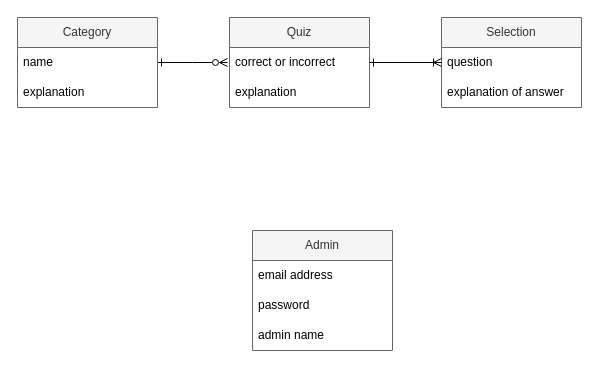
The draw.io diagram er.drawio in Izushi/quiz-app, before the edit. Source tidied: cells renumbered, new cells numbered last; positions are measured from the earlier drawing's top-left corner, leaving out a move shared by most shapes. Both pictures are drawn from the tidied source at 100%, with x=0, y=0 at pixel (17, 17).
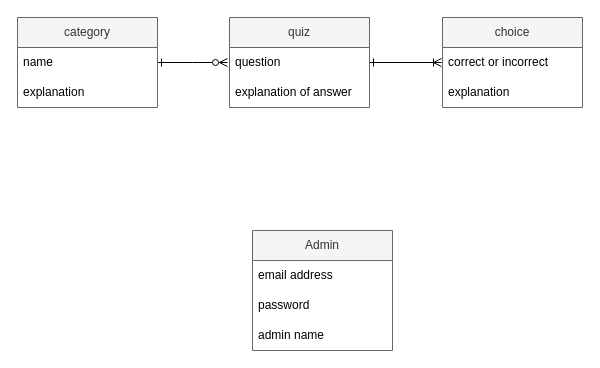
After the change.

Diff of the diagram source:
```diff
@@
 <mxGraphModel background="#ffffff">
   <root>
     <mxCell id="0" />
     <mxCell id="1" parent="0" />
-    <mxCell id="2" value="Quiz" style="swimlane;fontStyle=0;horizontal=1;startSize=30;whiteSpace=wrap;html=1;fillColor=#f5f5f5;fontColor=#333333;strokeColor=#666666;" parent="1" vertex="1">
-      <mxGeometry x="212" width="140" height="90" as="geometry" />
-    </mxCell>
-    <mxCell id="3" value="correct or incorrect" style="text;strokeColor=none;fillColor=none;align=left;verticalAlign=middle;spacingLeft=4;spacingRight=4;overflow=hidden;points=[[0,0.5],[1,0.5]];portConstraint=eastwest;whiteSpace=wrap;html=1;fontColor=#000000;" parent="2" vertex="1">
-      <mxGeometry y="30" width="140" height="30" as="geometry" />
-    </mxCell>
-    <mxCell id="4" value="explanation" style="text;strokeColor=none;fillColor=none;align=left;verticalAlign=middle;spacingLeft=4;spacingRight=4;overflow=hidden;whiteSpace=wrap;html=1;fontColor=#000000;" parent="2" vertex="1">
-      <mxGeometry y="60" width="140" height="30" as="geometry" />
-    </mxCell>
     <mxCell id="5" value="Admin" style="swimlane;fontStyle=0;horizontal=1;startSize=30;whiteSpace=wrap;html=1;fillColor=#f5f5f5;fontColor=#333333;strokeColor=#666666;" parent="1" vertex="1">
       <mxGeometry x="235" y="213" width="140" height="120" as="geometry" />
     </mxCell>
     <mxCell id="6" value="email address" style="text;strokeColor=none;fillColor=none;align=left;verticalAlign=middle;spacingLeft=4;spacingRight=4;overflow=hidden;whiteSpace=wrap;html=1;fontColor=#000000;" parent="5" vertex="1">
       <mxGeometry y="30" width="140" height="30" as="geometry" />
     </mxCell>
     <mxCell id="7" value="&lt;font color=&quot;#000000&quot;&gt;password&lt;/font&gt;" style="text;strokeColor=none;fillColor=none;align=left;verticalAlign=middle;spacingLeft=4;spacingRight=4;overflow=hidden;whiteSpace=wrap;html=1;" parent="5" vertex="1">
       <mxGeometry y="60" width="140" height="30" as="geometry" />
     </mxCell>
     <mxCell id="8" value="admin name" style="text;strokeColor=none;fillColor=none;align=left;verticalAlign=middle;spacingLeft=4;spacingRight=4;overflow=hidden;whiteSpace=wrap;html=1;fontColor=#000000;" parent="5" vertex="1">
       <mxGeometry y="90" width="140" height="30" as="geometry" />
     </mxCell>
     <mxCell id="9" style="edgeStyle=orthogonalEdgeStyle;rounded=0;html=1;strokeColor=#000000;fontColor=#000000;startArrow=ERone;startFill=0;endArrow=ERzeroToMany;endFill=0;elbow=vertical;" parent="1" edge="1" source="10">
       <mxGeometry relative="1" as="geometry">
         <mxPoint x="210" y="45" as="targetPoint" />
       </mxGeometry>
     </mxCell>
-    <mxCell id="10" value="Category" style="swimlane;fontStyle=0;horizontal=1;startSize=30;whiteSpace=wrap;html=1;fillColor=#f5f5f5;fontColor=#333333;strokeColor=#666666;" parent="1" vertex="1">
+    <mxCell id="10" value="category" style="swimlane;fontStyle=0;horizontal=1;startSize=30;whiteSpace=wrap;html=1;fillColor=#f5f5f5;fontColor=#333333;strokeColor=#666666;" parent="1" vertex="1">
       <mxGeometry width="140" height="90" as="geometry" />
     </mxCell>
     <mxCell id="11" value="name" style="text;strokeColor=none;fillColor=none;align=left;verticalAlign=middle;spacingLeft=4;spacingRight=4;overflow=hidden;whiteSpace=wrap;html=1;fontColor=#000000;" parent="10" vertex="1">
       <mxGeometry y="30" width="140" height="30" as="geometry" />
     </mxCell>
     <mxCell id="12" value="&lt;font color=&quot;#000000&quot;&gt;explanation&lt;/font&gt;" style="text;strokeColor=none;fillColor=none;align=left;verticalAlign=middle;spacingLeft=4;spacingRight=4;overflow=hidden;whiteSpace=wrap;html=1;" parent="10" vertex="1">
       <mxGeometry y="60" width="140" height="30" as="geometry" />
     </mxCell>
-    <mxCell id="13" value="Selection" style="swimlane;fontStyle=0;horizontal=1;startSize=30;whiteSpace=wrap;html=1;fillColor=#f5f5f5;fontColor=#333333;strokeColor=#666666;" parent="1" vertex="1">
-      <mxGeometry x="424" width="140" height="90" as="geometry" />
-    </mxCell>
+    <mxCell id="16" style="edgeStyle=orthogonalEdgeStyle;rounded=0;html=1;entryX=0;entryY=0.5;entryDx=0;entryDy=0;strokeColor=#000000;fontColor=#000000;elbow=vertical;endArrow=ERoneToMany;endFill=0;startArrow=ERone;startFill=0;exitX=1;exitY=0.5;exitDx=0;exitDy=0;" parent="1" edge="1">
+      <mxGeometry relative="1" as="geometry">
+        <mxPoint x="352" y="45" as="sourcePoint" />
+        <mxPoint x="424" y="45" as="targetPoint" />
+      </mxGeometry>
+    </mxCell>
+    <mxCell id="17" value="quiz" style="swimlane;fontStyle=0;horizontal=1;startSize=30;whiteSpace=wrap;html=1;fillColor=#f5f5f5;fontColor=#333333;strokeColor=#666666;" parent="1" vertex="1">
+      <mxGeometry x="212" width="140" height="90" as="geometry" />
+    </mxCell>
-    <mxCell id="14" value="question" style="text;strokeColor=none;fillColor=none;align=left;verticalAlign=middle;spacingLeft=4;spacingRight=4;overflow=hidden;points=[[0,0.5],[1,0.5]];portConstraint=eastwest;whiteSpace=wrap;html=1;fontColor=#000000;" parent="13" vertex="1">
+    <mxCell id="14" value="question" style="text;strokeColor=none;fillColor=none;align=left;verticalAlign=middle;spacingLeft=4;spacingRight=4;overflow=hidden;points=[[0,0.5],[1,0.5]];portConstraint=eastwest;whiteSpace=wrap;html=1;fontColor=#000000;" parent="17" vertex="1">
       <mxGeometry y="30" width="140" height="30" as="geometry" />
     </mxCell>
-    <mxCell id="15" value="explanation of answer" style="text;strokeColor=none;fillColor=none;align=left;verticalAlign=middle;spacingLeft=4;spacingRight=4;overflow=hidden;whiteSpace=wrap;html=1;fontColor=#000000;" parent="13" vertex="1">
+    <mxCell id="15" value="explanation of answer" style="text;strokeColor=none;fillColor=none;align=left;verticalAlign=middle;spacingLeft=4;spacingRight=4;overflow=hidden;whiteSpace=wrap;html=1;fontColor=#000000;" parent="17" vertex="1">
       <mxGeometry y="60" width="140" height="30" as="geometry" />
     </mxCell>
-    <mxCell id="16" style="edgeStyle=orthogonalEdgeStyle;rounded=0;html=1;entryX=0;entryY=0.5;entryDx=0;entryDy=0;strokeColor=#000000;fontColor=#000000;elbow=vertical;endArrow=ERoneToMany;endFill=0;startArrow=ERone;startFill=0;exitX=1;exitY=0.5;exitDx=0;exitDy=0;" parent="1" edge="1" source="3" target="14">
-      <mxGeometry relative="1" as="geometry" />
-    </mxCell>
+    <mxCell id="18" value="choice" style="swimlane;fontStyle=0;horizontal=1;startSize=30;whiteSpace=wrap;html=1;fillColor=#f5f5f5;fontColor=#333333;strokeColor=#666666;" parent="1" vertex="1">
+      <mxGeometry x="425" width="140" height="90" as="geometry" />
+    </mxCell>
+    <mxCell id="3" value="correct or incorrect" style="text;strokeColor=none;fillColor=none;align=left;verticalAlign=middle;spacingLeft=4;spacingRight=4;overflow=hidden;points=[[0,0.5],[1,0.5]];portConstraint=eastwest;whiteSpace=wrap;html=1;fontColor=#000000;" parent="18" vertex="1">
+      <mxGeometry y="30" width="140" height="30" as="geometry" />
+    </mxCell>
+    <mxCell id="4" value="explanation" style="text;strokeColor=none;fillColor=none;align=left;verticalAlign=middle;spacingLeft=4;spacingRight=4;overflow=hidden;whiteSpace=wrap;html=1;fontColor=#000000;" parent="18" vertex="1">
+      <mxGeometry y="60" width="140" height="30" as="geometry" />
+    </mxCell>
   </root>
 </mxGraphModel>
```
